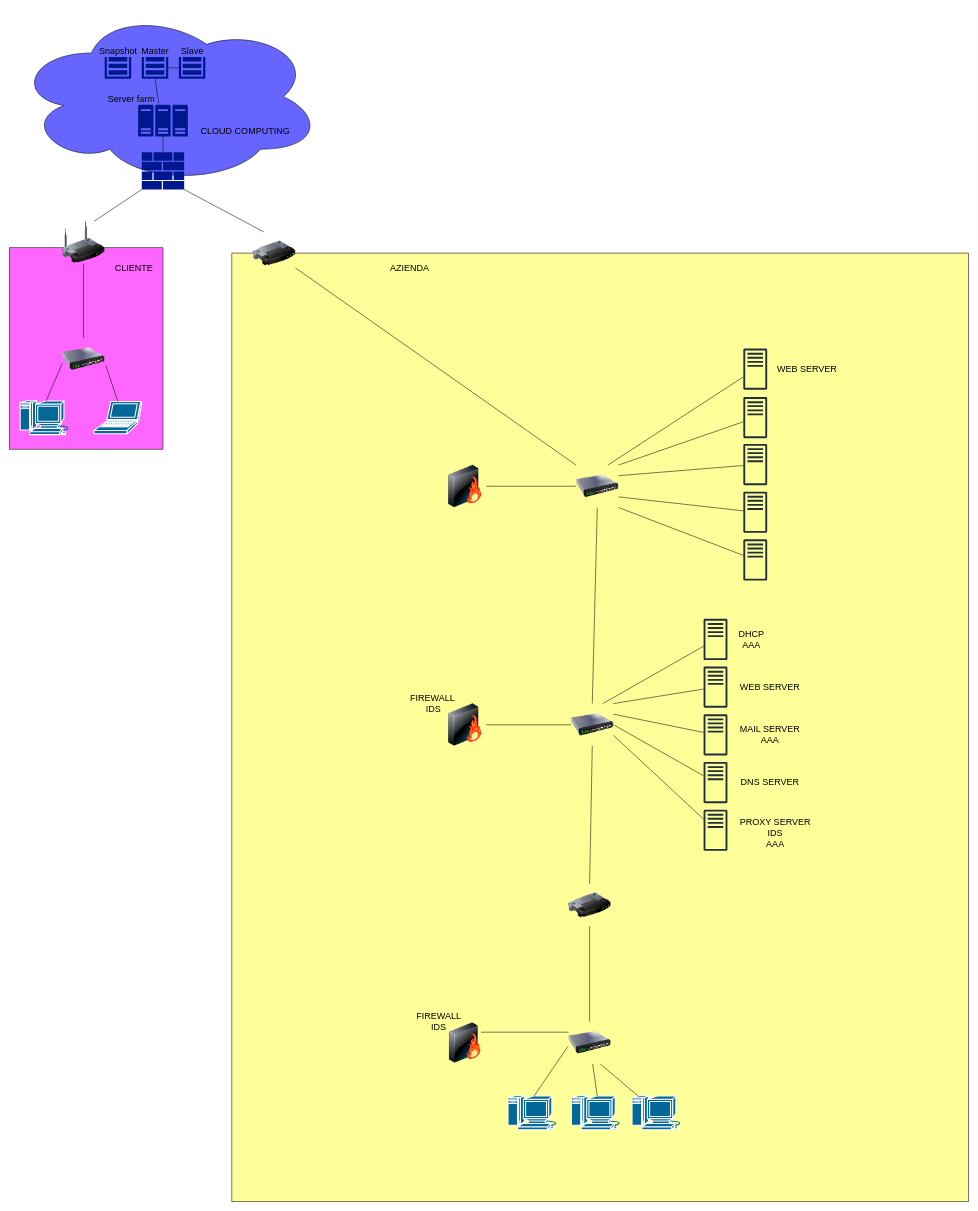
This is Untitled Diagram.drawio from ChiaraGismondi02/ArtisticMood, a draw.io file, before an edit. Source tidied: cells renumbered, new cells numbered last; positions are measured from the earlier drawing's top-left corner, leaving out a move shared by most shapes. Both pictures are drawn from the tidied source at 53%, with x=0, y=0 at pixel (9, 9).
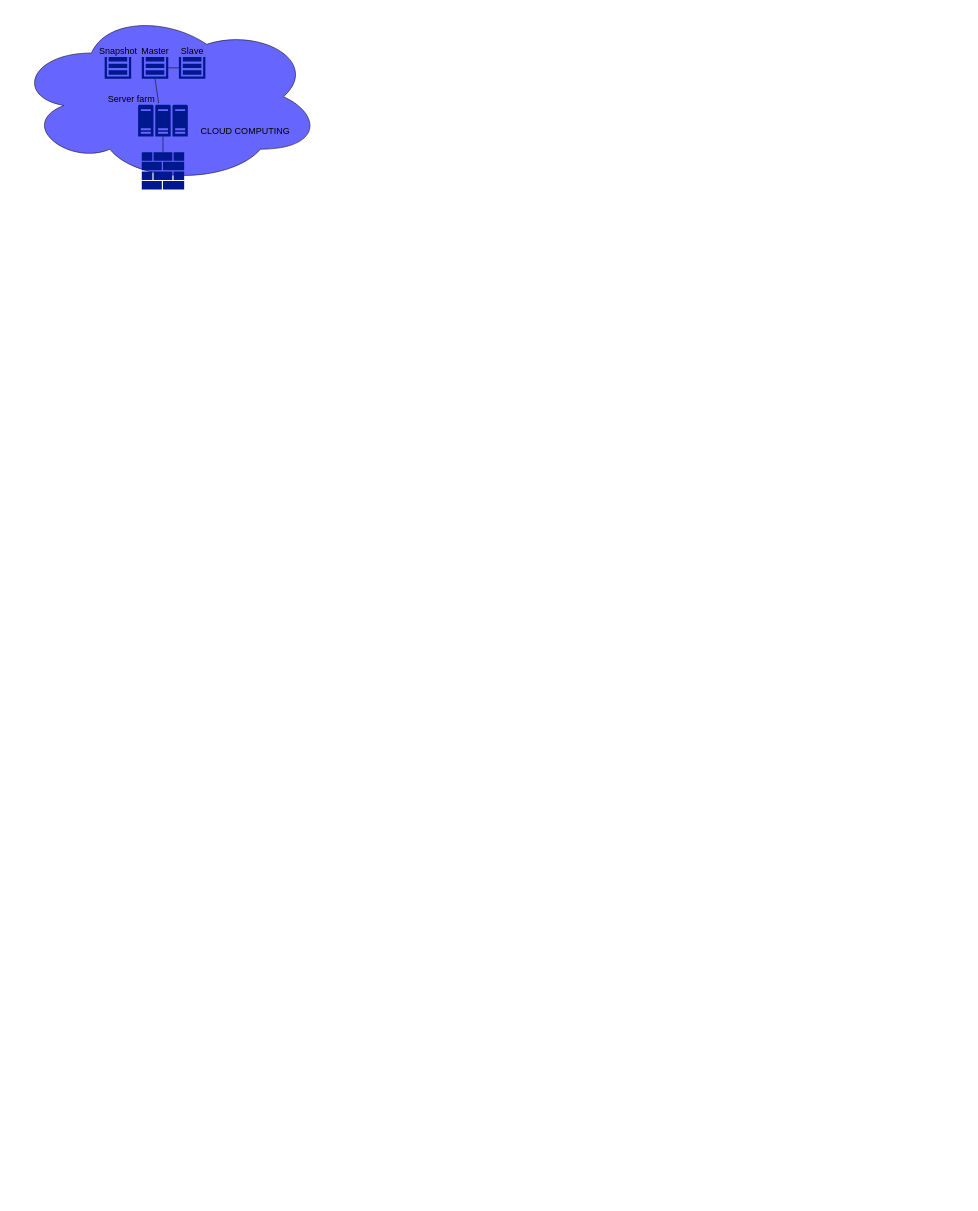
After the change.

Unchanged cells that the change refers to:
```xml
<mxCell id="24" style="shadow=0;dashed=0;html=1;strokeColor=none;labelPosition=center;verticalLabelPosition=bottom;verticalAlign=top;align=center;fillColor=#00188D;shape=mxgraph.mscae.enterprise.firewall;" parent="1" vertex="1">
  <mxGeometry x="250" y="269.6" width="80" height="70.4" as="geometry" />
</mxCell>
```

Diff of the diagram source:
```diff
@@
-    <mxCell id="2" style="whiteSpace=wrap;html=1;fillColor=#FF66FF;" parent="1" vertex="1">
-      <mxGeometry y="450" width="290" height="380" as="geometry" />
-    </mxCell>
-    <mxCell id="3" style="whiteSpace=wrap;html=1;fillColor=#FFFF99;" parent="1" vertex="1">
-      <mxGeometry x="420" y="460" width="1390" height="1790" as="geometry" />
-    </mxCell>
-    <mxCell id="4" style="image;html=1;image=img/lib/clip_art/networking/Router_128x128.png;" parent="1" vertex="1">
-      <mxGeometry x="460" y="420" width="80" height="80" as="geometry" />
-    </mxCell>
-    <mxCell id="5" style="image;html=1;image=img/lib/clip_art/networking/Switch_128x128.png;" parent="1" vertex="1">
-      <mxGeometry x="100" y="620" width="80" height="80" as="geometry" />
-    </mxCell>
-    <mxCell id="6" style="image;html=1;image=img/lib/clip_art/networking/Switch_128x128.png;" parent="1" vertex="1">
-      <mxGeometry x="1055" y="1910" width="80" height="80" as="geometry" />
-    </mxCell>
-    <mxCell id="7" style="shape=mxgraph.cisco.computers_and_peripherals.laptop;html=1;dashed=0;fillColor=#036897;strokeColor=#ffffff;strokeWidth=2;verticalLabelPosition=bottom;verticalAlign=top;align=center;outlineConnect=0;" parent="1" vertex="1">
-      <mxGeometry x="160" y="740" width="90" height="61" as="geometry" />
-    </mxCell>
-    <mxCell id="8" style="shape=mxgraph.cisco.computers_and_peripherals.macintosh;html=1;dashed=0;fillColor=#036897;strokeColor=#ffffff;strokeWidth=2;verticalLabelPosition=bottom;verticalAlign=top;align=center;outlineConnect=0;" parent="1" vertex="1">
-      <mxGeometry x="20" y="738.5" width="99" height="64" as="geometry" />
-    </mxCell>
-    <mxCell id="9" style="shape=mxgraph.cisco.computers_and_peripherals.macintosh;html=1;dashed=0;fillColor=#036897;strokeColor=#ffffff;strokeWidth=2;verticalLabelPosition=bottom;verticalAlign=top;align=center;outlineConnect=0;" parent="1" vertex="1">
-      <mxGeometry x="1060" y="2050" width="99" height="64" as="geometry" />
-    </mxCell>
-    <mxCell id="10" style="shape=mxgraph.cisco.computers_and_peripherals.macintosh;html=1;dashed=0;fillColor=#036897;strokeColor=#ffffff;strokeWidth=2;verticalLabelPosition=bottom;verticalAlign=top;align=center;outlineConnect=0;" parent="1" vertex="1">
-      <mxGeometry x="1174.5" y="2050" width="99" height="64" as="geometry" />
-    </mxCell>
-    <mxCell id="11" style="shape=mxgraph.cisco.computers_and_peripherals.macintosh;html=1;dashed=0;fillColor=#036897;strokeColor=#ffffff;strokeWidth=2;verticalLabelPosition=bottom;verticalAlign=top;align=center;outlineConnect=0;" parent="1" vertex="1">
-      <mxGeometry x="940.5" y="2050" width="99" height="64" as="geometry" />
-    </mxCell>
-    <mxCell id="12" style="endArrow=none;html=1;exitX=0.5;exitY=0;exitDx=0;exitDy=0;exitPerimeter=0;entryX=1.025;entryY=0.65;entryDx=0;entryDy=0;entryPerimeter=0;" parent="1" edge="1" source="7" target="5">
-      <mxGeometry relative="1" as="geometry" />
-    </mxCell>
-    <mxCell id="13" style="endArrow=none;html=1;exitX=0.5;exitY=0.01;exitDx=0;exitDy=0;exitPerimeter=0;entryX=0;entryY=0.6;entryDx=0;entryDy=0;entryPerimeter=0;" parent="1" edge="1" source="8" target="5">
-      <mxGeometry relative="1" as="geometry" />
-    </mxCell>
-    <mxCell id="14" style="endArrow=none;html=1;exitX=0.75;exitY=0;exitDx=0;exitDy=0;entryX=0;entryY=1;entryDx=0;entryDy=0;entryPerimeter=0;" parent="1" edge="1" source="31" target="24">
-      <mxGeometry relative="1" as="geometry" />
-    </mxCell>
-    <mxCell id="15" style="endArrow=none;html=1;exitX=0.25;exitY=0;exitDx=0;exitDy=0;entryX=1;entryY=1;entryDx=0;entryDy=0;entryPerimeter=0;" parent="1" edge="1" source="4" target="24">
-      <mxGeometry relative="1" as="geometry" />
-    </mxCell>
@@
-    <mxCell id="28" style="endArrow=none;html=1;entryX=-0.012;entryY=0.588;entryDx=0;entryDy=0;entryPerimeter=0;exitX=0.5;exitY=0.01;exitDx=0;exitDy=0;exitPerimeter=0;" parent="1" edge="1" source="11" target="6">
-      <mxGeometry relative="1" as="geometry" />
-    </mxCell>
-    <mxCell id="29" style="endArrow=none;html=1;exitX=0.75;exitY=1;exitDx=0;exitDy=0;" parent="1" edge="1" source="6" target="10">
-      <mxGeometry relative="1" as="geometry" />
-    </mxCell>
-    <mxCell id="30" style="endArrow=none;html=1;exitX=0.5;exitY=0.01;exitDx=0;exitDy=0;exitPerimeter=0;" parent="1" edge="1" source="9" target="6">
-      <mxGeometry relative="1" as="geometry" />
-    </mxCell>
-    <mxCell id="31" style="image;html=1;image=img/lib/clip_art/networking/Wireless_Router_128x128.png;" parent="1" vertex="1">
-      <mxGeometry x="100" y="400" width="80" height="80" as="geometry" />
-    </mxCell>
-    <mxCell id="32" style="endArrow=none;html=1;exitX=0.5;exitY=0;exitDx=0;exitDy=0;" parent="1" edge="1" source="5" target="31">
-      <mxGeometry relative="1" as="geometry" />
-    </mxCell>
-    <mxCell id="33" value="&lt;font style=&quot;font-size: 17px&quot;&gt;AZIENDA&lt;/font&gt;" style="text;html=1;align=center;verticalAlign=middle;fillColor=none;strokeColor=none;rounded=0;" parent="1" vertex="1">
-      <mxGeometry x="710" y="480" width="90" height="20" as="geometry" />
-    </mxCell>
-    <mxCell id="34" value="&lt;font style=&quot;font-size: 17px&quot;&gt;CLIENTE&lt;/font&gt;" style="text;html=1;align=center;verticalAlign=middle;fillColor=none;strokeColor=none;rounded=0;" parent="1" vertex="1">
-      <mxGeometry x="190" y="480" width="90" height="20" as="geometry" />
-    </mxCell>
@@
-    <mxCell id="37" style="endArrow=none;html=1;entryX=0;entryY=0.25;entryDx=0;entryDy=0;exitX=1;exitY=0.25;exitDx=0;exitDy=0;" parent="1" edge="1" source="38" target="6">
-      <mxGeometry relative="1" as="geometry" />
-    </mxCell>
-    <mxCell id="38" style="image;html=1;image=img/lib/clip_art/networking/Firewall-page1_128x128.png;" parent="1" vertex="1">
-      <mxGeometry x="830" y="1910" width="60" height="80" as="geometry" />
-    </mxCell>
-    <mxCell id="39" value="&lt;font style=&quot;font-size: 17px&quot;&gt;FIREWALL&lt;br&gt;IDS&lt;/font&gt;" style="text;html=1;align=center;verticalAlign=middle;fillColor=none;strokeColor=none;rounded=0;" parent="1" vertex="1">
-      <mxGeometry x="760" y="1890" width="100" height="40" as="geometry" />
-    </mxCell>
-    <mxCell id="40" style="image;html=1;image=img/lib/clip_art/networking/Router_128x128.png;" parent="1" vertex="1">
-      <mxGeometry x="1055" y="1650" width="80" height="80" as="geometry" />
-    </mxCell>
-    <mxCell id="41" style="endArrow=none;html=1;exitX=0.5;exitY=0;exitDx=0;exitDy=0;entryX=0.5;entryY=1;entryDx=0;entryDy=0;" parent="1" edge="1" source="6" target="40">
-      <mxGeometry relative="1" as="geometry" />
-    </mxCell>
-    <mxCell id="42" style="image;html=1;image=img/lib/clip_art/networking/Switch_128x128.png;" parent="1" vertex="1">
-      <mxGeometry x="1060" y="1310" width="80" height="80" as="geometry" />
-    </mxCell>
-    <mxCell id="43" style="endArrow=none;html=1;exitX=0.5;exitY=1;exitDx=0;exitDy=0;entryX=0.5;entryY=0;entryDx=0;entryDy=0;" parent="1" edge="1" source="42" target="40">
-      <mxGeometry relative="1" as="geometry" />
-    </mxCell>
-    <mxCell id="44" style="image;html=1;image=img/lib/clip_art/networking/Firewall-page1_128x128.png;" parent="1" vertex="1">
-      <mxGeometry x="820" y="1310" width="80" height="80" as="geometry" />
-    </mxCell>
-    <mxCell id="45" value="&lt;font style=&quot;font-size: 17px&quot;&gt;FIREWALL&lt;/font&gt;&amp;nbsp;&lt;br&gt;&lt;font style=&quot;font-size: 17px&quot;&gt;IDS&lt;/font&gt;" style="text;html=1;align=center;verticalAlign=middle;fillColor=none;strokeColor=none;rounded=0;" parent="1" vertex="1">
-      <mxGeometry x="750" y="1290" width="100" height="40" as="geometry" />
-    </mxCell>
-    <mxCell id="46" style="endArrow=none;html=1;entryX=0;entryY=0.5;entryDx=0;entryDy=0;exitX=1;exitY=0.5;exitDx=0;exitDy=0;" parent="1" edge="1" source="44" target="42">
-      <mxGeometry relative="1" as="geometry" />
-    </mxCell>
-    <mxCell id="47" style="outlineConnect=0;fontColor=#232F3E;gradientColor=none;fillColor=#232F3E;strokeColor=none;dashed=0;verticalLabelPosition=bottom;verticalAlign=top;align=center;html=1;fontSize=12;fontStyle=0;shape=mxgraph.aws4.traditional_server;" parent="1" vertex="1">
-      <mxGeometry x="1310" y="1150" width="45" height="78" as="geometry" />
-    </mxCell>
-    <mxCell id="48" style="outlineConnect=0;fontColor=#232F3E;gradientColor=none;fillColor=#232F3E;strokeColor=none;dashed=0;verticalLabelPosition=bottom;verticalAlign=top;align=center;html=1;fontSize=12;fontStyle=0;shape=mxgraph.aws4.traditional_server;" parent="1" vertex="1">
-      <mxGeometry x="1310" y="1240" width="45" height="78" as="geometry" />
-    </mxCell>
-    <mxCell id="49" style="outlineConnect=0;fontColor=#232F3E;gradientColor=none;fillColor=#232F3E;strokeColor=none;dashed=0;verticalLabelPosition=bottom;verticalAlign=top;align=center;html=1;fontSize=12;fontStyle=0;shape=mxgraph.aws4.traditional_server;" parent="1" vertex="1">
-      <mxGeometry x="1310" y="1330" width="45" height="78" as="geometry" />
-    </mxCell>
-    <mxCell id="50" style="outlineConnect=0;fontColor=#232F3E;gradientColor=none;fillColor=#232F3E;strokeColor=none;dashed=0;verticalLabelPosition=bottom;verticalAlign=top;align=center;html=1;fontSize=12;fontStyle=0;shape=mxgraph.aws4.traditional_server;" parent="1" vertex="1">
-      <mxGeometry x="1310" y="1510" width="45" height="78" as="geometry" />
-    </mxCell>
-    <mxCell id="51" style="endArrow=none;html=1;exitX=1;exitY=0.75;exitDx=0;exitDy=0;" parent="1" edge="1" source="42" target="50">
-      <mxGeometry relative="1" as="geometry" />
-    </mxCell>
-    <mxCell id="52" style="endArrow=none;html=1;exitX=1;exitY=0.25;exitDx=0;exitDy=0;" parent="1" edge="1" source="42" target="49">
-      <mxGeometry relative="1" as="geometry" />
-    </mxCell>
-    <mxCell id="53" style="endArrow=none;html=1;exitX=1;exitY=0;exitDx=0;exitDy=0;" parent="1" edge="1" source="42" target="48">
-      <mxGeometry relative="1" as="geometry" />
-    </mxCell>
-    <mxCell id="54" style="endArrow=none;html=1;exitX=0.75;exitY=0;exitDx=0;exitDy=0;" parent="1" edge="1" source="42" target="47">
-      <mxGeometry relative="1" as="geometry" />
-    </mxCell>
-    <mxCell id="55" value="&lt;font style=&quot;font-size: 17px&quot;&gt;DNS SERVER&lt;/font&gt;" style="text;html=1;align=center;verticalAlign=middle;fillColor=none;strokeColor=none;rounded=0;" parent="1" vertex="1">
-      <mxGeometry x="1370" y="1449" width="130" height="20" as="geometry" />
-    </mxCell>
-    <mxCell id="56" value="&lt;font style=&quot;font-size: 17px&quot;&gt;WEB SERVER&lt;/font&gt;" style="text;html=1;align=center;verticalAlign=middle;fillColor=none;strokeColor=none;rounded=0;" parent="1" vertex="1">
-      <mxGeometry x="1370" y="1269" width="130" height="20" as="geometry" />
-    </mxCell>
-    <mxCell id="57" value="&lt;font style=&quot;font-size: 17px&quot;&gt;PROXY SERVER&lt;br&gt;IDS&lt;br&gt;AAA&lt;br&gt;&lt;/font&gt;" style="text;html=1;align=center;verticalAlign=middle;fillColor=none;strokeColor=none;rounded=0;" parent="1" vertex="1">
-      <mxGeometry x="1370" y="1530" width="150" height="50" as="geometry" />
-    </mxCell>
-    <mxCell id="58" value="&lt;font style=&quot;font-size: 17px&quot;&gt;MAIL SERVER&lt;br&gt;AAA&lt;br&gt;&lt;/font&gt;" style="text;html=1;align=center;verticalAlign=middle;fillColor=none;strokeColor=none;rounded=0;" parent="1" vertex="1">
-      <mxGeometry x="1370" y="1349" width="130" height="40" as="geometry" />
-    </mxCell>
-    <mxCell id="59" style="outlineConnect=0;fontColor=#232F3E;gradientColor=none;fillColor=#232F3E;strokeColor=none;dashed=0;verticalLabelPosition=bottom;verticalAlign=top;align=center;html=1;fontSize=12;fontStyle=0;shape=mxgraph.aws4.traditional_server;" parent="1" vertex="1">
-      <mxGeometry x="1385" y="910" width="45" height="78" as="geometry" />
-    </mxCell>
-    <mxCell id="60" style="outlineConnect=0;fontColor=#232F3E;gradientColor=none;fillColor=#232F3E;strokeColor=none;dashed=0;verticalLabelPosition=bottom;verticalAlign=top;align=center;html=1;fontSize=12;fontStyle=0;shape=mxgraph.aws4.traditional_server;" parent="1" vertex="1">
-      <mxGeometry x="1310" y="1420" width="45" height="78" as="geometry" />
-    </mxCell>
-    <mxCell id="61" style="outlineConnect=0;fontColor=#232F3E;gradientColor=none;fillColor=#232F3E;strokeColor=none;dashed=0;verticalLabelPosition=bottom;verticalAlign=top;align=center;html=1;fontSize=12;fontStyle=0;shape=mxgraph.aws4.traditional_server;" parent="1" vertex="1">
-      <mxGeometry x="1385" y="1000" width="45" height="78" as="geometry" />
-    </mxCell>
-    <mxCell id="62" style="outlineConnect=0;fontColor=#232F3E;gradientColor=none;fillColor=#232F3E;strokeColor=none;dashed=0;verticalLabelPosition=bottom;verticalAlign=top;align=center;html=1;fontSize=12;fontStyle=0;shape=mxgraph.aws4.traditional_server;" parent="1" vertex="1">
-      <mxGeometry x="1385" y="820" width="45" height="78" as="geometry" />
-    </mxCell>
-    <mxCell id="63" style="outlineConnect=0;fontColor=#232F3E;gradientColor=none;fillColor=#232F3E;strokeColor=none;dashed=0;verticalLabelPosition=bottom;verticalAlign=top;align=center;html=1;fontSize=12;fontStyle=0;shape=mxgraph.aws4.traditional_server;" parent="1" vertex="1">
-      <mxGeometry x="1385" y="731.5" width="45" height="78" as="geometry" />
-    </mxCell>
-    <mxCell id="64" style="outlineConnect=0;fontColor=#232F3E;gradientColor=none;fillColor=#232F3E;strokeColor=none;dashed=0;verticalLabelPosition=bottom;verticalAlign=top;align=center;html=1;fontSize=12;fontStyle=0;shape=mxgraph.aws4.traditional_server;" parent="1" vertex="1">
-      <mxGeometry x="1385" y="640" width="45" height="78" as="geometry" />
-    </mxCell>
-    <mxCell id="65" style="endArrow=none;html=1;entryX=1;entryY=0.5;entryDx=0;entryDy=0;" parent="1" edge="1" source="60" target="42">
-      <mxGeometry relative="1" as="geometry" />
-    </mxCell>
-    <mxCell id="66" value="&lt;font style=&quot;font-size: 17px&quot;&gt;DHCP&lt;/font&gt;&lt;br&gt;&lt;font style=&quot;font-size: 17px&quot;&gt;AAA&lt;/font&gt;" style="text;html=1;align=center;verticalAlign=middle;fillColor=none;strokeColor=none;rounded=0;" parent="1" vertex="1">
-      <mxGeometry x="1370" y="1169" width="60" height="40" as="geometry" />
-    </mxCell>
-    <mxCell id="67" style="image;html=1;image=img/lib/clip_art/networking/Firewall-page1_128x128.png;" parent="1" vertex="1">
-      <mxGeometry x="820" y="860" width="80" height="80" as="geometry" />
-    </mxCell>
-    <mxCell id="68" style="image;html=1;image=img/lib/clip_art/networking/Switch_128x128.png;" parent="1" vertex="1">
-      <mxGeometry x="1069.5" y="860" width="80" height="80" as="geometry" />
-    </mxCell>
-    <mxCell id="69" style="endArrow=none;html=1;exitX=1;exitY=0.5;exitDx=0;exitDy=0;entryX=0;entryY=0.5;entryDx=0;entryDy=0;" parent="1" edge="1" source="67" target="68">
-      <mxGeometry relative="1" as="geometry" />
-    </mxCell>
-    <mxCell id="70" style="endArrow=none;html=1;entryX=1;entryY=1;entryDx=0;entryDy=0;" parent="1" edge="1" source="61" target="68">
-      <mxGeometry relative="1" as="geometry" />
-    </mxCell>
-    <mxCell id="71" style="endArrow=none;html=1;entryX=1;entryY=0.75;entryDx=0;entryDy=0;" parent="1" edge="1" source="59" target="68">
-      <mxGeometry relative="1" as="geometry" />
-    </mxCell>
-    <mxCell id="72" style="endArrow=none;html=1;entryX=1;entryY=0.25;entryDx=0;entryDy=0;" parent="1" edge="1" source="62" target="68">
-      <mxGeometry relative="1" as="geometry" />
-    </mxCell>
-    <mxCell id="73" style="endArrow=none;html=1;exitX=1;exitY=0;exitDx=0;exitDy=0;" parent="1" edge="1" source="68" target="63">
-      <mxGeometry relative="1" as="geometry" />
-    </mxCell>
-    <mxCell id="74" style="endArrow=none;html=1;exitX=0.75;exitY=0;exitDx=0;exitDy=0;" parent="1" edge="1" source="68" target="64">
-      <mxGeometry relative="1" as="geometry" />
-    </mxCell>
-    <mxCell id="75" style="endArrow=none;html=1;entryX=0.5;entryY=1;entryDx=0;entryDy=0;exitX=0.5;exitY=0;exitDx=0;exitDy=0;" parent="1" edge="1" source="42" target="68">
-      <mxGeometry relative="1" as="geometry" />
-    </mxCell>
-    <mxCell id="76" style="endArrow=none;html=1;exitX=0;exitY=0;exitDx=0;exitDy=0;" parent="1" edge="1" source="68" target="4">
-      <mxGeometry relative="1" as="geometry" />
-    </mxCell>
-    <mxCell id="77" value="&lt;font style=&quot;font-size: 17px&quot;&gt;WEB SERVER&lt;/font&gt;" style="text;html=1;align=center;verticalAlign=middle;fillColor=none;strokeColor=none;rounded=0;" parent="1" vertex="1">
-      <mxGeometry x="1440" y="669" width="130" height="20" as="geometry" />
-    </mxCell>
```
